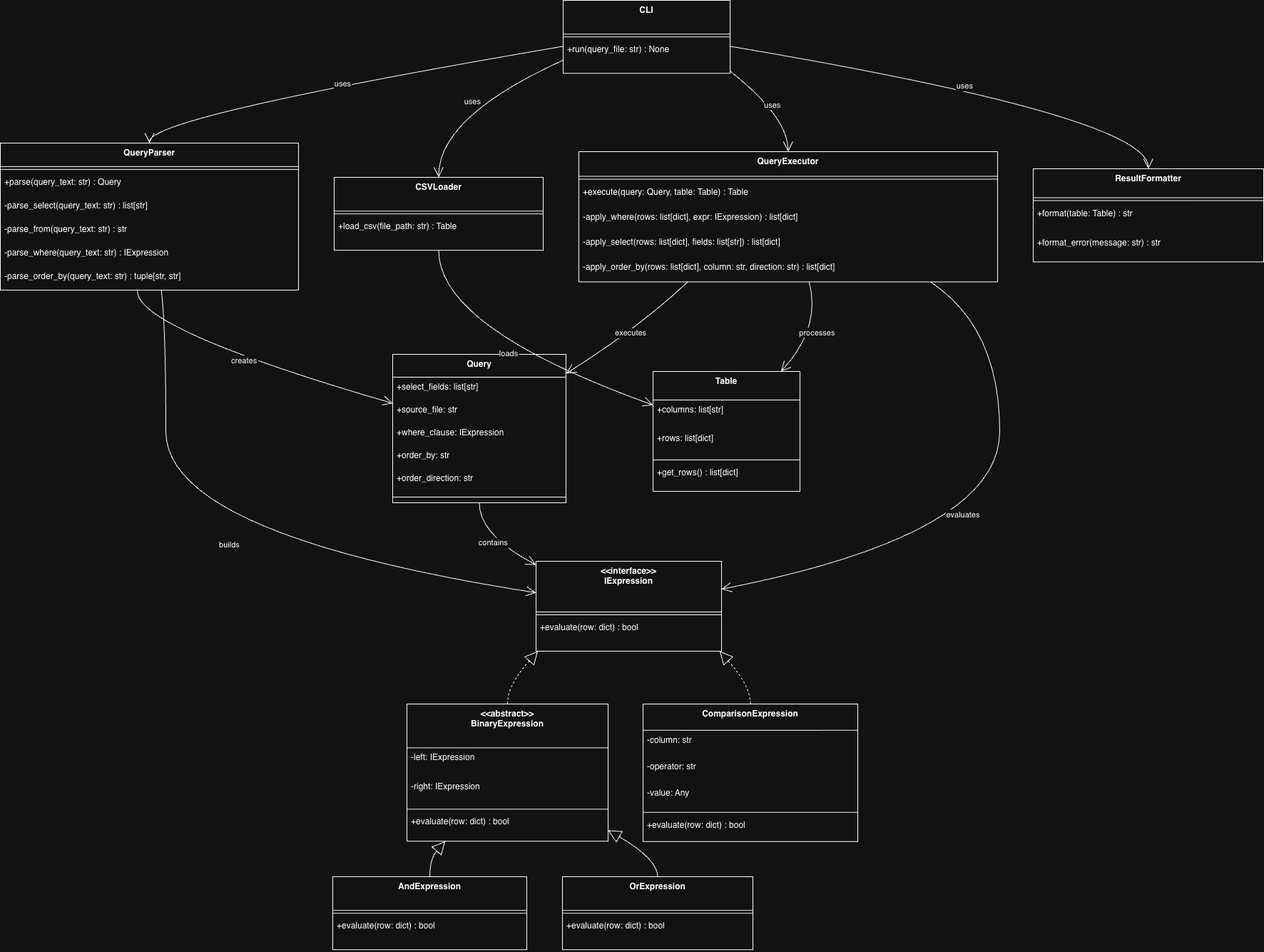
This is docs/class_diagram.png from kachanyukd/micro_sql_engine, a draw.io export, as it was before one commit. Source tidied: cells renumbered, new cells last; positions are measured from the earlier drawing's top-left corner, leaving out a move shared by most shapes.
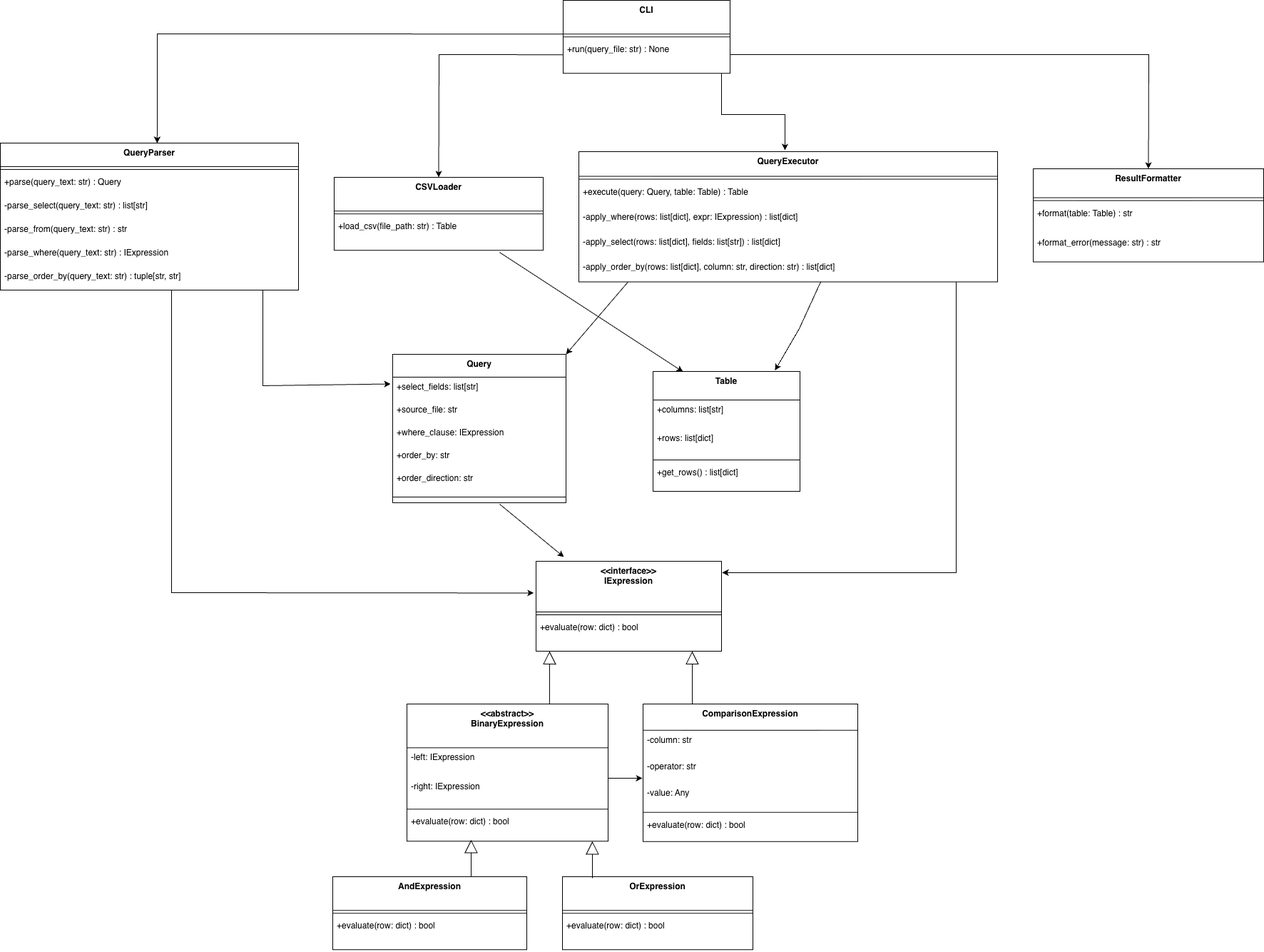
After the change.

Commit message:
fix class diagram

The edit, as a diff of the source:
```diff
@@ -77,6 +77,12 @@
     <mxCell id="26" value="+order_by: str" style="text;strokeColor=none;fillColor=none;align=left;verticalAlign=top;spacingLeft=4;spacingRight=4;overflow=hidden;" parent="22" vertex="1">
       <mxGeometry y="128" width="243" height="32" as="geometry" />
     </mxCell>
+    <mxCell id="72" style="endArrow=classic;html=1;rounded=0;" parent="22" edge="1">
+      <mxGeometry relative="1" as="geometry">
+        <mxPoint x="150" y="210" as="sourcePoint" />
+        <mxPoint x="240" y="284" as="targetPoint" />
+      </mxGeometry>
+    </mxCell>
     <mxCell id="27" value="+order_direction: str" style="text;strokeColor=none;fillColor=none;align=left;verticalAlign=top;spacingLeft=4;spacingRight=4;overflow=hidden;" parent="22" vertex="1">
       <mxGeometry y="160" width="243" height="32" as="geometry" />
     </mxCell>
@@ -101,9 +107,25 @@
     <mxCell id="34" value="-parse_where(query_text: str) : IExpression" style="text;strokeColor=none;fillColor=none;align=left;verticalAlign=top;spacingLeft=4;spacingRight=4;overflow=hidden;" parent="29" vertex="1">
       <mxGeometry y="139.9" width="418" height="33" as="geometry" />
     </mxCell>
+    <mxCell id="73" style="endArrow=classic;html=1;rounded=0;entryX=-0.012;entryY=0.353;entryDx=0;entryDy=0;entryPerimeter=0;" parent="29" edge="1" target="2">
+      <mxGeometry relative="1" as="geometry">
+        <mxPoint x="240" y="205.9" as="sourcePoint" />
+        <Array as="points">
+          <mxPoint x="240" y="630" />
+        </Array>
+      </mxGeometry>
+    </mxCell>
     <mxCell id="35" value="-parse_order_by(query_text: str) : tuple[str, str]" style="text;strokeColor=none;fillColor=none;align=left;verticalAlign=top;spacingLeft=4;spacingRight=4;overflow=hidden;" parent="29" vertex="1">
       <mxGeometry y="172.9" width="418" height="33" as="geometry" />
     </mxCell>
+    <mxCell id="74" style="endArrow=classic;html=1;rounded=0;entryX=-0.012;entryY=0.297;entryDx=0;entryDy=0;entryPerimeter=0;" parent="29" edge="1" target="23">
+      <mxGeometry relative="1" as="geometry">
+        <mxPoint x="368" y="205.9" as="sourcePoint" />
+        <Array as="points">
+          <mxPoint x="368" y="340" />
+        </Array>
+      </mxGeometry>
+    </mxCell>
     <mxCell id="36" value="Table" style="swimlane;fontStyle=1;align=center;verticalAlign=top;horizontal=1;startSize=40;" parent="1" vertex="1">
       <mxGeometry x="915" y="520" width="206" height="168" as="geometry" />
     </mxCell>
@@ -125,6 +147,11 @@
     <mxCell id="42" style="line;strokeWidth=1;fillColor=none;align=left;verticalAlign=middle;spacingTop=-1;spacingLeft=3;spacingRight=3;labelPosition=right;strokeColor=inherit;" parent="41" vertex="1">
       <mxGeometry y="47.2" width="293" height="8" as="geometry" />
     </mxCell>
+    <mxCell id="75" style="endArrow=classic;html=1;rounded=0;entryX=0.204;entryY=0.003;entryDx=0;entryDy=0;entryPerimeter=0;" parent="41" edge="1" target="36">
+      <mxGeometry relative="1" as="geometry">
+        <mxPoint x="232" y="105.2" as="sourcePoint" />
+      </mxGeometry>
+    </mxCell>
     <mxCell id="43" value="+load_csv(file_path: str) : Table" style="text;strokeColor=none;fillColor=none;align=left;verticalAlign=top;spacingLeft=4;spacingRight=4;overflow=hidden;" parent="41" vertex="1">
       <mxGeometry y="55.2" width="293" height="47" as="geometry" />
     </mxCell>
@@ -143,6 +170,27 @@
     <mxCell id="48" value="-apply_select(rows: list[dict], fields: list[str]) : list[dict]" style="text;strokeColor=none;fillColor=none;align=left;verticalAlign=top;spacingLeft=4;spacingRight=4;overflow=hidden;" parent="44" vertex="1">
       <mxGeometry y="112.5" width="587" height="35" as="geometry" />
     </mxCell>
+    <mxCell id="76" style="endArrow=classic;html=1;rounded=0;entryX=0.83;entryY=-0.009;entryDx=0;entryDy=0;entryPerimeter=0;" parent="44" edge="1" target="36">
+      <mxGeometry relative="1" as="geometry">
+        <mxPoint x="339" y="182.6" as="sourcePoint" />
+        <Array as="points">
+          <mxPoint x="309" y="248" />
+        </Array>
+      </mxGeometry>
+    </mxCell>
+    <mxCell id="77" style="endArrow=classic;html=1;rounded=0;entryX=1;entryY=0;entryDx=0;entryDy=0;" parent="44" edge="1" target="22">
+      <mxGeometry relative="1" as="geometry">
+        <mxPoint x="69" y="182.6" as="sourcePoint" />
+      </mxGeometry>
+    </mxCell>
+    <mxCell id="78" style="endArrow=classic;html=1;rounded=0;entryX=1.004;entryY=0.126;entryDx=0;entryDy=0;entryPerimeter=0;" parent="44" edge="1" target="2">
+      <mxGeometry relative="1" as="geometry">
+        <mxPoint x="529" y="182.6" as="sourcePoint" />
+        <Array as="points">
+          <mxPoint x="529" y="590" />
+        </Array>
+      </mxGeometry>
+    </mxCell>
     <mxCell id="49" value="-apply_order_by(rows: list[dict], column: str, direction: str) : list[dict]" style="text;strokeColor=none;fillColor=none;align=left;verticalAlign=top;spacingLeft=4;spacingRight=4;overflow=hidden;" parent="44" vertex="1">
       <mxGeometry y="147.5" width="587" height="35" as="geometry" />
     </mxCell>
@@ -161,118 +209,74 @@
     <mxCell id="54" value="CLI" style="swimlane;fontStyle=1;align=center;verticalAlign=top;horizontal=1;startSize=47.2;" parent="1" vertex="1">
       <mxGeometry x="789" width="234" height="102.2" as="geometry" />
     </mxCell>
+    <mxCell id="79" style="endArrow=classic;html=1;rounded=0;entryX=0.526;entryY=0;entryDx=0;entryDy=0;entryPerimeter=0;" parent="54" edge="1" target="29">
+      <mxGeometry relative="1" as="geometry">
+        <mxPoint y="47.2" as="sourcePoint" />
+        <Array as="points">
+          <mxPoint x="-569" y="47" />
+        </Array>
+      </mxGeometry>
+    </mxCell>
     <mxCell id="55" style="line;strokeWidth=1;fillColor=none;align=left;verticalAlign=middle;spacingTop=-1;spacingLeft=3;spacingRight=3;labelPosition=right;strokeColor=inherit;" parent="54" vertex="1">
       <mxGeometry y="47.2" width="234" height="8" as="geometry" />
     </mxCell>
+    <mxCell id="80" style="endArrow=classic;html=1;rounded=0;entryX=0.5;entryY=0;entryDx=0;entryDy=0;" parent="54" edge="1" target="41">
+      <mxGeometry relative="1" as="geometry">
+        <mxPoint y="76.2" as="sourcePoint" />
+        <Array as="points">
+          <mxPoint x="-174" y="76" />
+        </Array>
+      </mxGeometry>
+    </mxCell>
     <mxCell id="56" value="+run(query_file: str) : None" style="text;strokeColor=none;fillColor=none;align=left;verticalAlign=top;spacingLeft=4;spacingRight=4;overflow=hidden;" parent="54" vertex="1">
       <mxGeometry y="55.2" width="234" height="47" as="geometry" />
     </mxCell>
-    <mxCell id="57" style="curved=1;dashed=1;startArrow=block;startSize=16;startFill=0;endArrow=none;exitX=0.01;exitY=1;entryX=0.5;entryY=0;rounded=0;" parent="1" edge="1" source="2" target="5">
-      <mxGeometry relative="1" as="geometry">
-        <Array as="points">
-          <mxPoint x="710" y="961" />
-        </Array>
-      </mxGeometry>
-    </mxCell>
-    <mxCell id="58" style="curved=1;dashed=1;startArrow=block;startSize=16;startFill=0;endArrow=none;exitX=0.99;exitY=1;entryX=0.5;entryY=0;rounded=0;" parent="1" edge="1" source="2" target="16">
-      <mxGeometry relative="1" as="geometry">
-        <Array as="points">
-          <mxPoint x="1052" y="961" />
-        </Array>
-      </mxGeometry>
-    </mxCell>
-    <mxCell id="59" style="curved=1;startArrow=block;startSize=16;startFill=0;endArrow=none;exitX=0.19;exitY=1;entryX=0.5;entryY=0;rounded=0;" parent="1" edge="1" source="5" target="10">
-      <mxGeometry relative="1" as="geometry">
-        <Array as="points">
-          <mxPoint x="602" y="1203" />
-        </Array>
-      </mxGeometry>
-    </mxCell>
-    <mxCell id="60" style="curved=1;startArrow=block;startSize=16;startFill=0;endArrow=none;exitX=1;exitY=0.92;entryX=0.5;entryY=0;rounded=0;" parent="1" edge="1" source="5" target="13">
-      <mxGeometry relative="1" as="geometry">
-        <Array as="points">
-          <mxPoint x="921" y="1203" />
-        </Array>
-      </mxGeometry>
-    </mxCell>
-    <mxCell id="61" value="creates" style="curved=1;startArrow=none;endArrow=open;endSize=12;exitX=0.46;exitY=1;entryX=0;entryY=0.33;rounded=0;" parent="1" edge="1" source="29" target="22">
-      <mxGeometry relative="1" as="geometry">
-        <Array as="points">
-          <mxPoint x="186" y="459" />
-        </Array>
-      </mxGeometry>
-    </mxCell>
-    <mxCell id="62" value="builds" style="curved=1;startArrow=none;endArrow=open;endSize=12;exitX=0.54;exitY=1;entryX=0;entryY=0.35;rounded=0;" parent="1" edge="1" source="29" target="2">
-      <mxGeometry relative="1" as="geometry">
-        <Array as="points">
-          <mxPoint x="232" y="459" />
-          <mxPoint x="232" y="749" />
-        </Array>
-      </mxGeometry>
-    </mxCell>
-    <mxCell id="63" value="loads" style="curved=1;startArrow=none;endArrow=open;endSize=12;exitX=0.5;exitY=1;entryX=0;entryY=0.28;rounded=0;" parent="1" edge="1" source="41" target="36">
-      <mxGeometry relative="1" as="geometry">
-        <Array as="points">
-          <mxPoint x="614" y="459" />
-        </Array>
-      </mxGeometry>
-    </mxCell>
-    <mxCell id="64" value="executes" style="curved=1;startArrow=none;endArrow=open;endSize=12;exitX=0.26;exitY=1;entryX=1;entryY=0.13;rounded=0;" parent="1" edge="1" source="44" target="22">
-      <mxGeometry relative="1" as="geometry">
-        <Array as="points">
-          <mxPoint x="895" y="459" />
-        </Array>
-      </mxGeometry>
-    </mxCell>
-    <mxCell id="65" value="processes" style="curved=1;startArrow=none;endArrow=open;endSize=12;exitX=0.55;exitY=1;entryX=0.87;entryY=0;rounded=0;" parent="1" edge="1" source="44" target="36">
-      <mxGeometry relative="1" as="geometry">
-        <Array as="points">
-          <mxPoint x="1151" y="459" />
-        </Array>
-      </mxGeometry>
-    </mxCell>
-    <mxCell id="66" value="evaluates" style="curved=1;startArrow=none;endArrow=open;endSize=12;exitX=0.84;exitY=1;entryX=1;entryY=0.31;rounded=0;" parent="1" edge="1" source="44" target="2">
-      <mxGeometry x="0.12" y="-38" relative="1" as="geometry">
-        <Array as="points">
-          <mxPoint x="1401" y="459" />
-          <mxPoint x="1401" y="749" />
-        </Array>
-      </mxGeometry>
-    </mxCell>
-    <mxCell id="67" value="uses" style="curved=1;startArrow=none;endArrow=open;endSize=12;exitX=0;exitY=0.63;entryX=0.5;entryY=0;rounded=0;" parent="1" edge="1" source="54" target="29">
-      <mxGeometry relative="1" as="geometry">
-        <Array as="points">
-          <mxPoint x="209" y="163" />
-        </Array>
-      </mxGeometry>
-    </mxCell>
-    <mxCell id="68" value="uses" style="curved=1;startArrow=none;endArrow=open;endSize=12;exitX=0;exitY=0.82;entryX=0.5;entryY=0;rounded=0;" parent="1" edge="1" source="54" target="41">
-      <mxGeometry relative="1" as="geometry">
-        <Array as="points">
-          <mxPoint x="614" y="163" />
-        </Array>
-      </mxGeometry>
-    </mxCell>
-    <mxCell id="69" value="uses" style="curved=1;startArrow=none;endArrow=open;endSize=12;exitX=1;exitY=0.97;entryX=0.5;entryY=0;rounded=0;" parent="1" edge="1" source="54" target="44">
-      <mxGeometry relative="1" as="geometry">
-        <Array as="points">
-          <mxPoint x="1104" y="163" />
-        </Array>
-      </mxGeometry>
-    </mxCell>
-    <mxCell id="70" value="uses" style="curved=1;startArrow=none;endArrow=open;endSize=12;exitX=1;exitY=0.63;entryX=0.5;entryY=0;rounded=0;" parent="1" edge="1" source="54" target="50">
-      <mxGeometry relative="1" as="geometry">
-        <Array as="points">
-          <mxPoint x="1609" y="163" />
-        </Array>
-      </mxGeometry>
-    </mxCell>
-    <mxCell id="71" value="contains" style="curved=1;startArrow=none;endArrow=open;endSize=12;exitX=0.5;exitY=1;entryX=0;entryY=0.04;rounded=0;" parent="1" edge="1" source="22" target="2">
-      <mxGeometry relative="1" as="geometry">
-        <Array as="points">
-          <mxPoint x="671" y="749" />
-        </Array>
-      </mxGeometry>
-    </mxCell>
+    <mxCell id="81" style="endArrow=classic;html=1;rounded=0;" parent="1" edge="1">
+      <mxGeometry relative="1" as="geometry">
+        <mxPoint x="1011" y="102.2" as="sourcePoint" />
+        <mxPoint x="1100" y="210" as="targetPoint" />
+        <Array as="points">
+          <mxPoint x="1011" y="160" />
+          <mxPoint x="1100" y="160" />
+        </Array>
+      </mxGeometry>
+    </mxCell>
+    <mxCell id="82" style="endArrow=classic;html=1;rounded=0;entryX=0.5;entryY=0;entryDx=0;entryDy=0;" parent="1" edge="1" target="50">
+      <mxGeometry relative="1" as="geometry">
+        <mxPoint x="1023" y="76.1" as="sourcePoint" />
+        <Array as="points">
+          <mxPoint x="1610" y="76" />
+        </Array>
+      </mxGeometry>
+    </mxCell>
+    <mxCell id="83" style="endArrow=block;endSize=16;endFill=0;html=1;rounded=0;" parent="1" edge="1">
+      <mxGeometry relative="1" as="geometry">
+        <mxPoint x="830" y="1230" as="sourcePoint" />
+        <mxPoint x="830" y="1178.3" as="targetPoint" />
+      </mxGeometry>
+    </mxCell>
+    <mxCell id="84" style="endArrow=block;endSize=16;endFill=0;html=1;rounded=0;" parent="1" edge="1">
+      <mxGeometry relative="1" as="geometry">
+        <mxPoint x="660" y="1228" as="sourcePoint" />
+        <mxPoint x="660" y="1176.3" as="targetPoint" />
+      </mxGeometry>
+    </mxCell>
+    <mxCell id="85" style="endArrow=classic;html=1;rounded=0;" parent="1" edge="1">
+      <mxGeometry relative="1" as="geometry">
+        <mxPoint x="852" y="1090" as="sourcePoint" />
+        <mxPoint x="900" y="1090" as="targetPoint" />
+      </mxGeometry>
+    </mxCell>
+    <mxCell id="86" style="endArrow=block;endSize=16;endFill=0;html=1;rounded=0;exitX=0.709;exitY=0;exitDx=0;exitDy=0;exitPerimeter=0;" parent="1" edge="1" source="5">
+      <mxGeometry relative="1" as="geometry">
+        <mxPoint x="770" y="912" as="targetPoint" />
+      </mxGeometry>
+    </mxCell>
+    <mxCell id="87" style="endArrow=block;endSize=16;endFill=0;html=1;rounded=0;exitX=0.709;exitY=0;exitDx=0;exitDy=0;exitPerimeter=0;" parent="1" edge="1">
+      <mxGeometry relative="1" as="geometry">
+        <mxPoint x="970" y="986" as="sourcePoint" />
+        <mxPoint x="970" y="912" as="targetPoint" />
+      </mxGeometry>
+    </mxCell>
   </root>
 </mxGraphModel>
```
